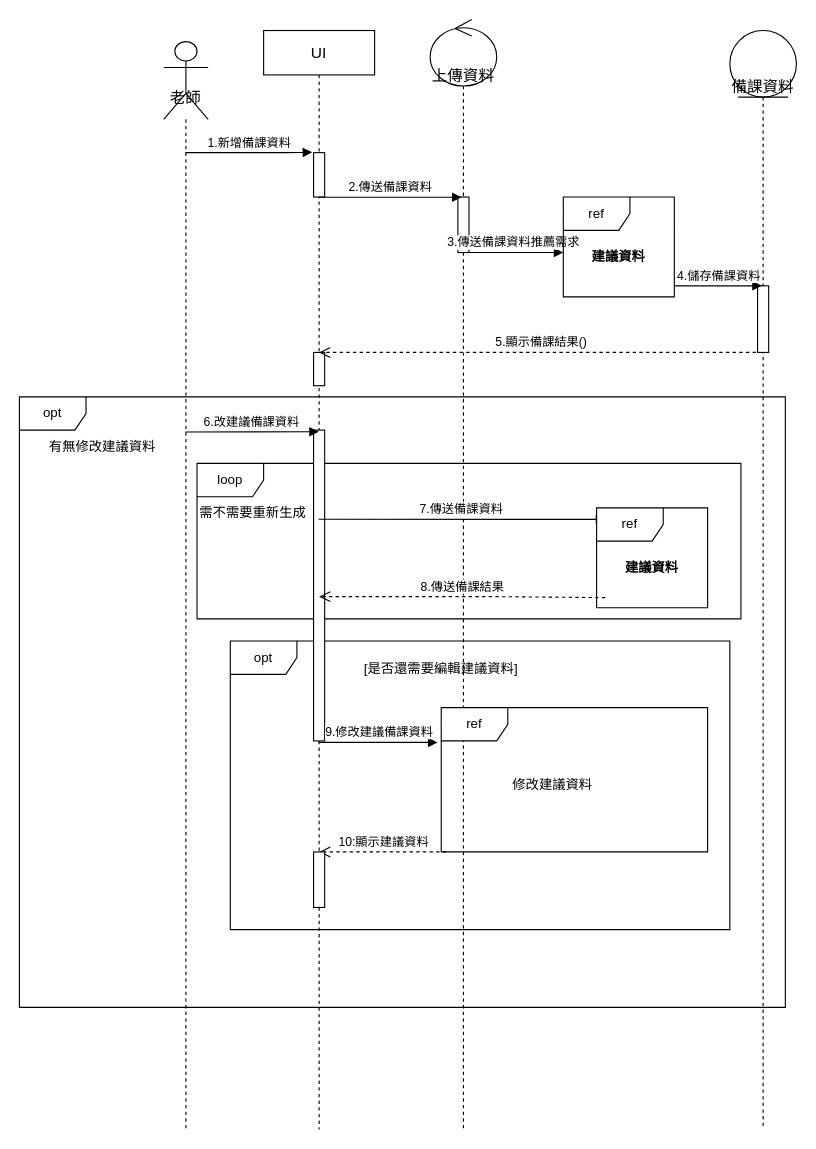
Above: AC循序圖(建立備課資料並修改建議資料).drawio in Kevincheng0804/System-analysis (draw.io), before the change. Source tidied: cells renumbered, new cells numbered last; positions are measured from the earlier drawing's top-left corner, leaving out a move shared by most shapes. Both pictures are drawn from the tidied source at 111%, with x=0, y=0 at pixel (19, 19).
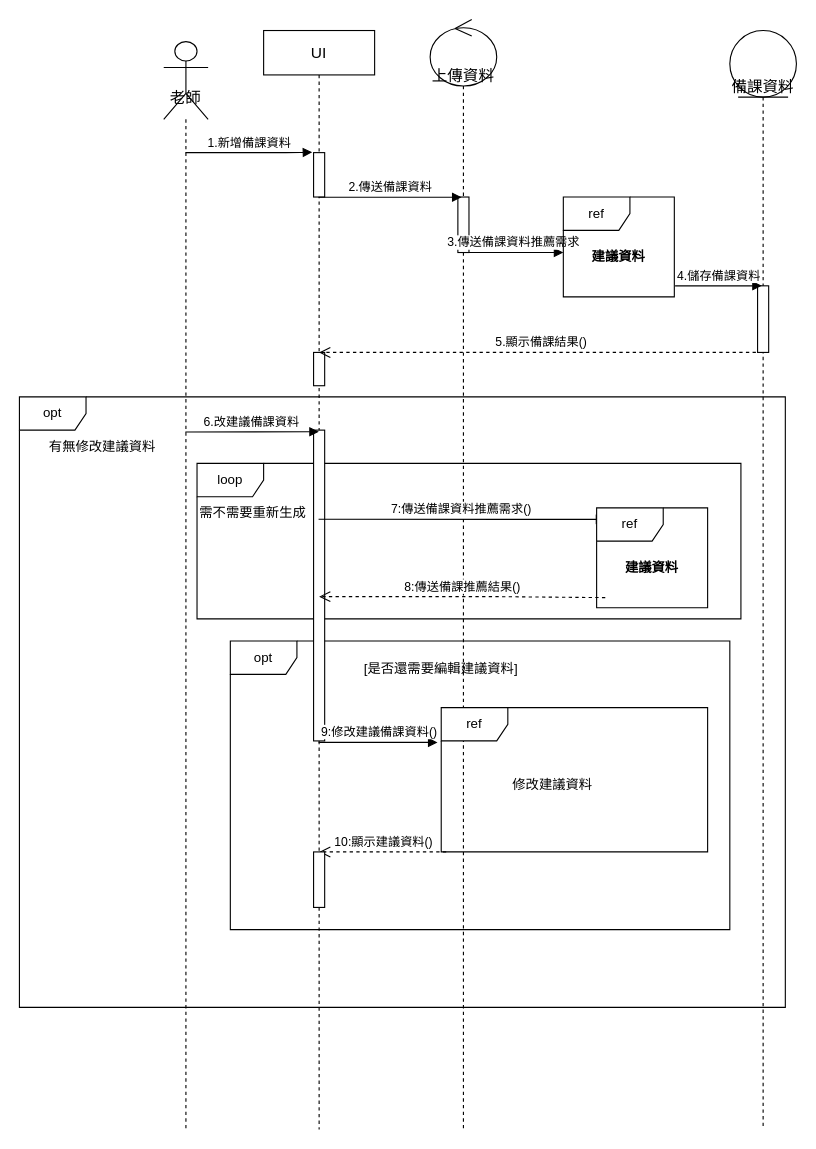
The same page after the edit.

Unchanged cells that the change refers to:
```xml
<mxCell id="6" value="UI" style="shape=umlLifeline;perimeter=lifelinePerimeter;whiteSpace=wrap;html=1;outlineConnect=0;fontSize=14;" parent="1" vertex="1">
  <mxGeometry x="220" y="10" width="100" height="990" as="geometry" />
</mxCell>
<mxCell id="22" value="ref" style="shape=umlFrame;whiteSpace=wrap;html=1;" parent="1" vertex="1">
  <mxGeometry x="380" y="620" width="240" height="130" as="geometry" />
</mxCell>
```

Change to the diagram source:
```diff
@@
-    <mxCell id="10" value="10:顯示建議資料" style="html=1;verticalAlign=bottom;endArrow=open;dashed=1;endSize=8;" parent="6" edge="1">
+    <mxCell id="10" value="10:顯示建議資料()" style="html=1;verticalAlign=bottom;endArrow=open;dashed=1;endSize=8;" parent="6" edge="1">
       <mxGeometry relative="1" as="geometry">
         <mxPoint x="164.5" y="740" as="sourcePoint" />
         <mxPoint x="50" y="740" as="targetPoint" />
         <Array as="points">
           <mxPoint x="85" y="740" />
         </Array>
       </mxGeometry>
     </mxCell>
@@
-    <mxCell id="19" value="7.傳送備課資料" style="html=1;verticalAlign=bottom;startArrow=none;startFill=0;endArrow=block;startSize=8;entryX=0.283;entryY=0.005;entryDx=0;entryDy=0;entryPerimeter=0;" parent="1" edge="1">
+    <mxCell id="19" value="&lt;span style=&quot;&quot;&gt;7:傳送備課資料推薦需求()&lt;/span&gt;" style="html=1;verticalAlign=bottom;startArrow=none;startFill=0;endArrow=block;startSize=8;entryX=0.283;entryY=0.005;entryDx=0;entryDy=0;entryPerimeter=0;" parent="1" edge="1">
       <mxGeometry relative="1" as="geometry">
         <mxPoint x="269.5" y="450.3" as="sourcePoint" />
         <mxPoint x="527.8" y="450.4" as="targetPoint" />
       </mxGeometry>
     </mxCell>
@@
-    <mxCell id="21" value="8.傳送備課結果" style="html=1;verticalAlign=bottom;endArrow=open;dashed=1;endSize=8;exitX=0.283;exitY=1.013;exitDx=0;exitDy=0;exitPerimeter=0;" parent="1" edge="1">
+    <mxCell id="21" value="8:傳送備課推薦結果()" style="html=1;verticalAlign=bottom;endArrow=open;dashed=1;endSize=8;exitX=0.283;exitY=1.013;exitDx=0;exitDy=0;exitPerimeter=0;" parent="1" edge="1">
       <mxGeometry relative="1" as="geometry">
         <mxPoint x="527.8" y="520.9" as="sourcePoint" />
         <mxPoint x="270" y="520" as="targetPoint" />
         <Array as="points">
           <mxPoint x="427.8" y="520" />
         </Array>
       </mxGeometry>
     </mxCell>
@@
-    <mxCell id="23" value="9.修改建議備課資料" style="html=1;verticalAlign=bottom;startArrow=none;startFill=0;endArrow=block;startSize=8;entryX=-0.014;entryY=0.241;entryDx=0;entryDy=0;entryPerimeter=0;" parent="1" edge="1" source="6" target="22">
+    <mxCell id="23" value="9:修改建議備課資料()" style="html=1;verticalAlign=bottom;startArrow=none;startFill=0;endArrow=block;startSize=8;entryX=-0.014;entryY=0.241;entryDx=0;entryDy=0;entryPerimeter=0;" parent="1" edge="1" source="6" target="22">
       <mxGeometry relative="1" as="geometry" />
     </mxCell>
```
